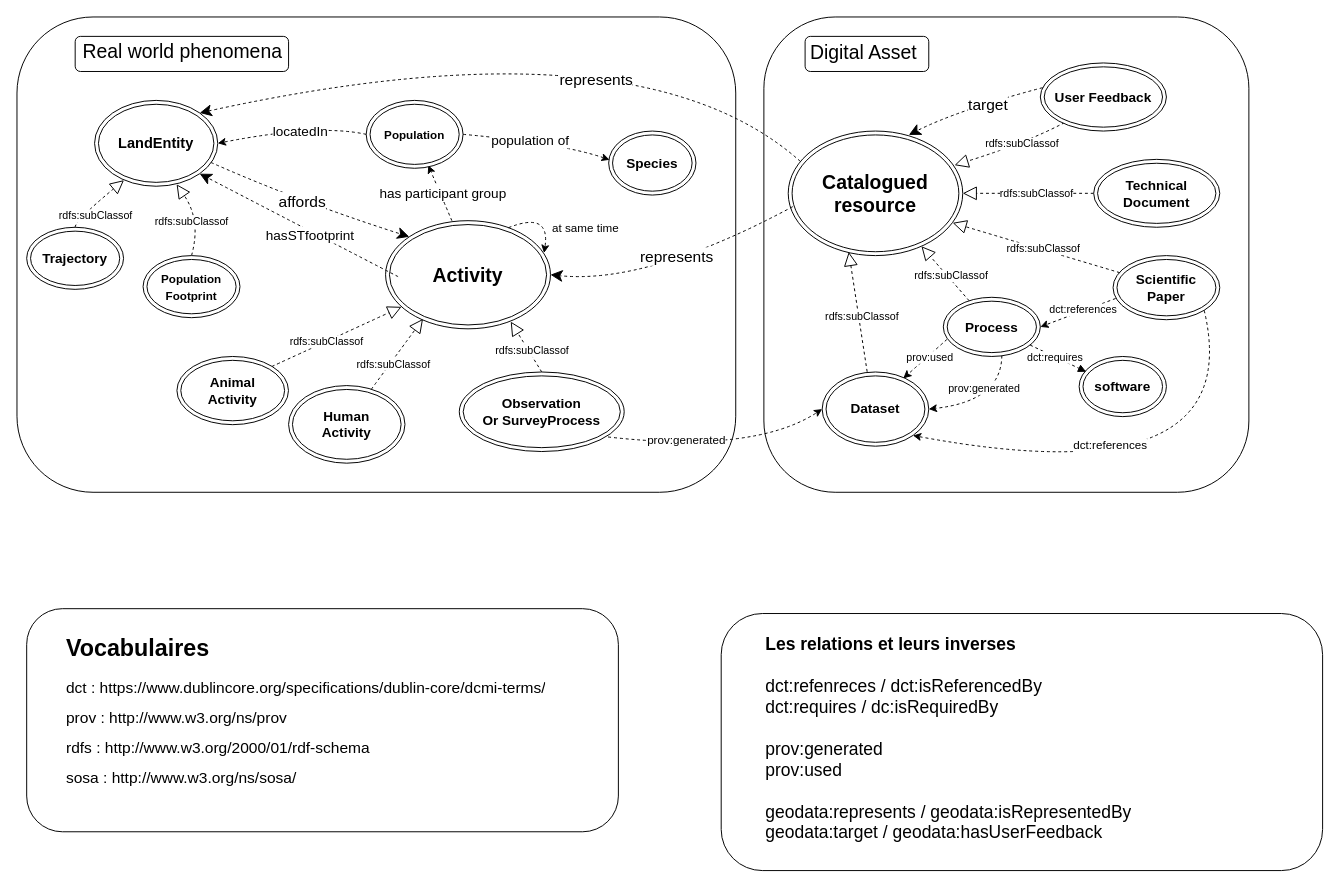
Above: page "Schema principal" (1 of 6) of docs/diagrams/model_KG_article_long.drawio in IntForOut/outdoorPressure (draw.io), before the change. Source tidied: cells renumbered, new cells numbered last; positions are measured from the earlier drawing's top-left corner, leaving out a move shared by most shapes. Both pictures are drawn from the tidied source at 97%, with x=0, y=0 at pixel (16, 16).
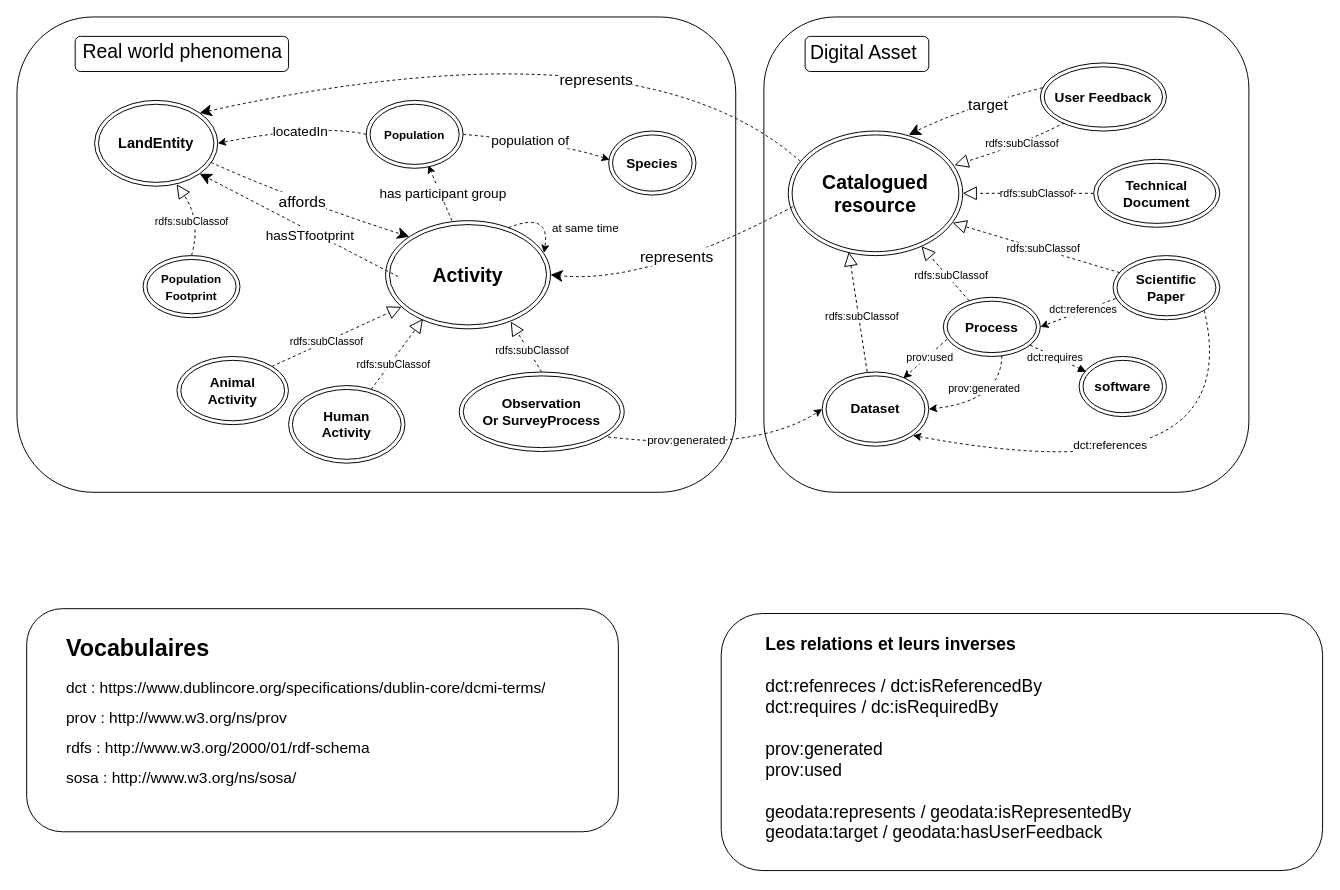
Above is the later version.

Commit message:
Mettre à jour model_KG_article_long.drawio

Unchanged cells that the change refers to:
```xml
<mxCell id="18" value="&lt;b&gt;&lt;font style=&quot;font-size: 15px;&quot;&gt;LandEntity&lt;/font&gt;&lt;/b&gt;" style="ellipse;shape=doubleEllipse;whiteSpace=wrap;html=1;fontSize=14;" parent="1" vertex="1">
  <mxGeometry x="80" y="86" width="127" height="88.5" as="geometry" />
</mxCell>
```

Change to the diagram source:
```diff
@@
-    <mxCell id="76" value="&lt;b&gt;Trajectory&lt;/b&gt;" style="ellipse;shape=doubleEllipse;whiteSpace=wrap;html=1;fontSize=14;" parent="1" vertex="1">
-      <mxGeometry x="10" y="216.8" width="99.9" height="64" as="geometry" />
-    </mxCell>
-    <mxCell id="77" style="edgeStyle=none;html=1;rounded=0;curved=1;dashed=1;endArrow=block;endFill=0;endSize=12;entryX=0.239;entryY=0.929;entryDx=0;entryDy=0;entryPerimeter=0;" parent="1" edge="1" source="76" target="18">
-      <mxGeometry relative="1" as="geometry">
-        <Array as="points">
-          <mxPoint x="60" y="210" />
-        </Array>
-      </mxGeometry>
-    </mxCell>
-    <mxCell id="78" value="&lt;font&gt;rdfs:subClassof&lt;/font&gt;" style="edgeLabel;html=1;align=center;verticalAlign=middle;fontSize=11;" parent="77" vertex="1">
-      <mxGeometry x="0.03" y="2" relative="1" as="geometry">
-        <mxPoint x="-1" y="15" as="offset" />
-      </mxGeometry>
-    </mxCell>
```
